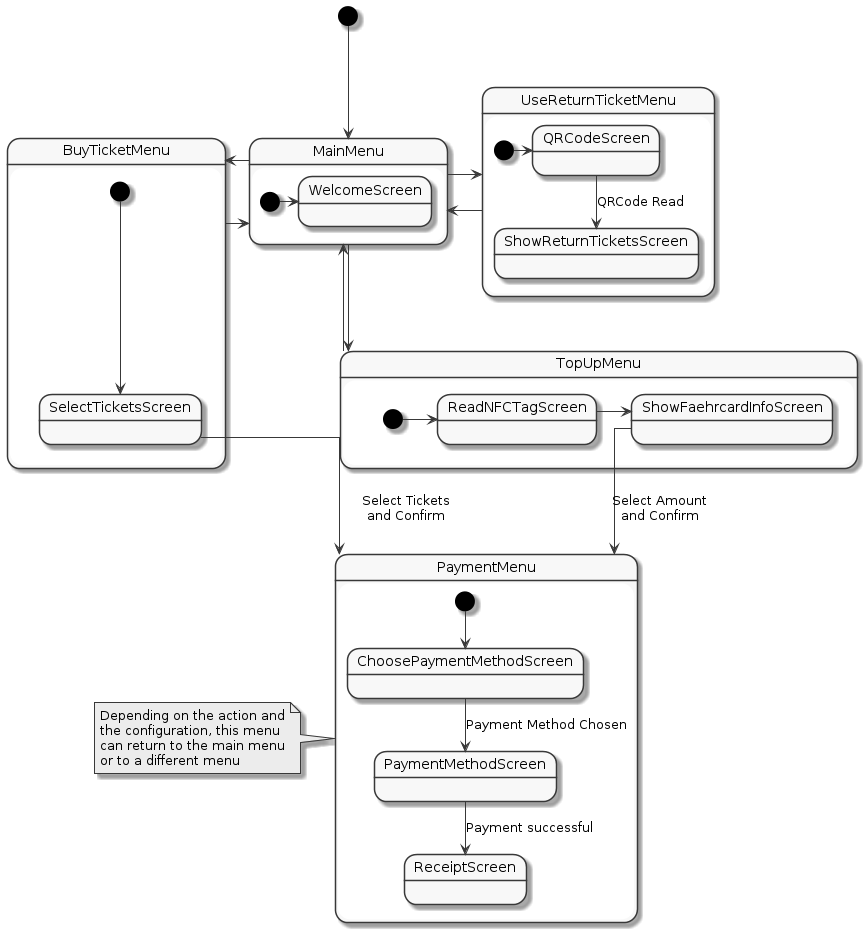
Before: img/frontend_state.png, a diagram exported from PlantUML (FerryTix/diagrams). Source of this version:
```plantuml
@startuml
skinparam linetype ortho
skinparam monochrome true
skinparam backgroundColor white
skinparam scale 200

[*] --> MainMenu

state MainMenu {
    [*] -> WelcomeScreen
}

state TopUpMenu {
    [*] -> ReadNFCTagScreen
    ReadNFCTagScreen -> ShowFaehrcardInfoScreen
    ShowFaehrcardInfoScreen -> PaymentMenu: Select Amount\nand Confirm
}



MainMenu --> TopUpMenu
TopUpMenu --up> MainMenu


state BuyTicketMenu {
    [*] --> SelectTicketsScreen
    SelectTicketsScreen --> PaymentMenu: Select Tickets\nand Confirm
}


MainMenu --> BuyTicketMenu
BuyTicketMenu -> MainMenu

state UseReturnTicketMenu {
    [*] -> QRCodeScreen
    QRCodeScreen --> ShowReturnTicketsScreen: QRCode Read
}
UseReturnTicketMenu -> MainMenu
MainMenu -> UseReturnTicketMenu

state PaymentMenu {
    [*] --> ChoosePaymentMethodScreen
    ChoosePaymentMethodScreen --> PaymentMethodScreen: Payment Method Chosen
    PaymentMethodScreen --> ReceiptScreen: Payment successful
}

note left of PaymentMenu: Depending on the action and\nthe configuration, this menu\ncan return to the main menu\nor to a different menu


@enduml
```
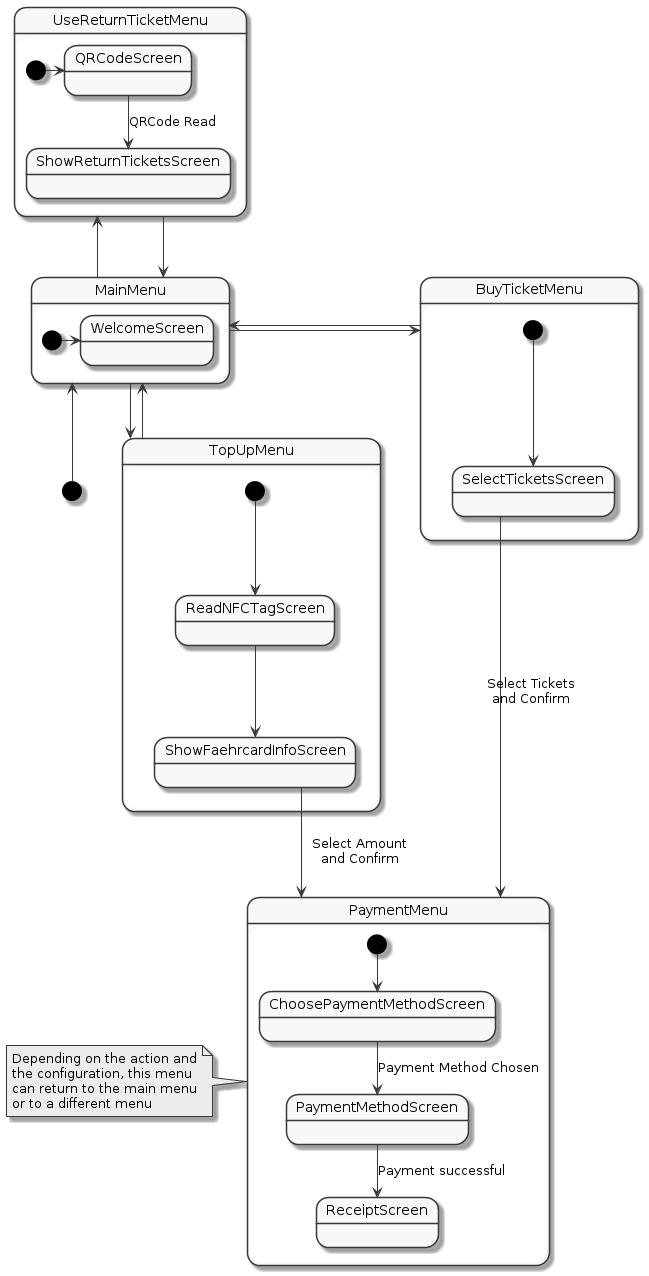
After the commit.

Commit message:
rearrange frontend state diagram

The edit, as a diff of the source:
```diff
@@ -4,16 +4,16 @@
 skinparam backgroundColor white
 skinparam scale 200
 
-[*] --> MainMenu
+[*] --up> MainMenu
 
 state MainMenu {
     [*] -> WelcomeScreen
 }
 
 state TopUpMenu {
-    [*] -> ReadNFCTagScreen
-    ReadNFCTagScreen -> ShowFaehrcardInfoScreen
-    ShowFaehrcardInfoScreen -> PaymentMenu: Select Amount\nand Confirm
+    [*] --> ReadNFCTagScreen
+    ReadNFCTagScreen --> ShowFaehrcardInfoScreen
+    ShowFaehrcardInfoScreen --> PaymentMenu: Select Amount\nand Confirm
 }
 
 
@@ -28,15 +28,15 @@
 }
 
 
-MainMenu --> BuyTicketMenu
+MainMenu -> BuyTicketMenu
 BuyTicketMenu -> MainMenu
 
 state UseReturnTicketMenu {
     [*] -> QRCodeScreen
     QRCodeScreen --> ShowReturnTicketsScreen: QRCode Read
 }
-UseReturnTicketMenu -> MainMenu
-MainMenu -> UseReturnTicketMenu
+UseReturnTicketMenu -up-> MainMenu
+MainMenu --up> UseReturnTicketMenu
 
 state PaymentMenu {
     [*] --> ChoosePaymentMethodScreen
```
